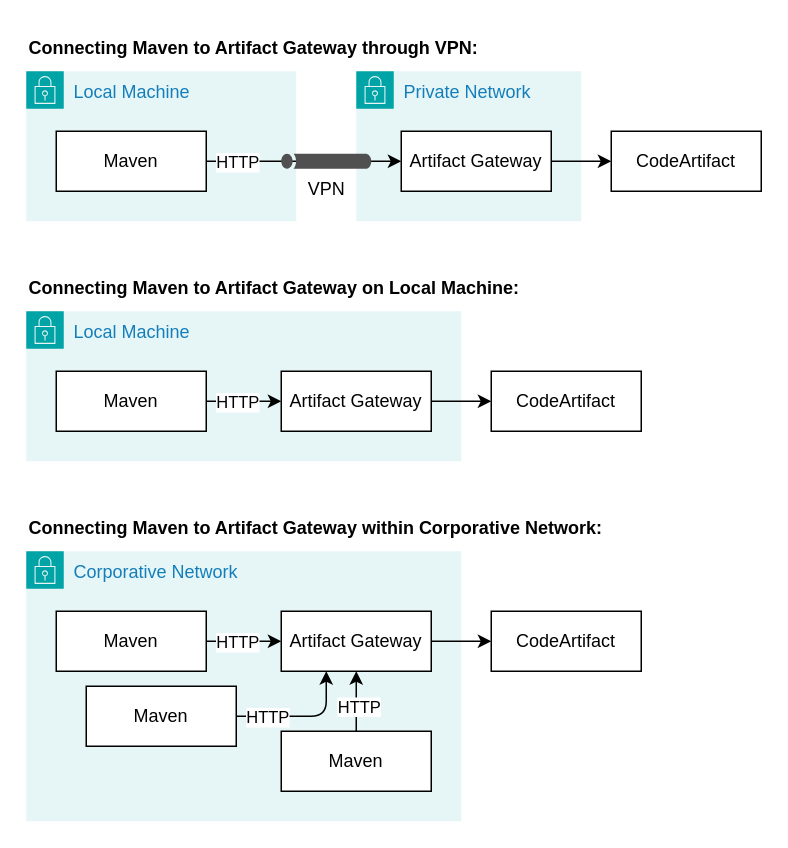
Earlier version of the draw.io diagram .doc/artifact-mirror-network.drawio (serhii-yatskovskyi/artifact-mirror). Source tidied: cells renumbered, new cells numbered last; positions are measured from the earlier drawing's top-left corner, leaving out a move shared by most shapes. Both pictures are drawn from the tidied source at 150%, with x=0, y=0 at pixel (26, 26).
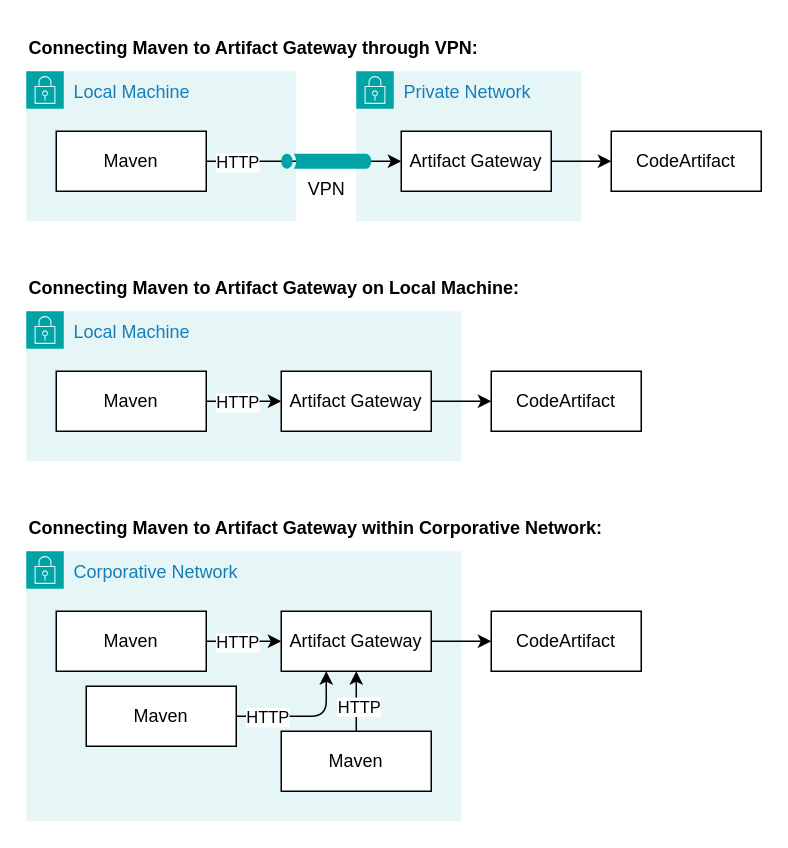
Above is the later version.

The edit, as a diff of the source:
```diff
@@
-    <mxCell id="7" value="VPN" style="sketch=0;shadow=0;dashed=0;html=1;strokeColor=none;fillColor=#505050;labelPosition=center;verticalLabelPosition=bottom;verticalAlign=top;align=center;shape=mxgraph.office.servers.tunnel_straight;" parent="1" vertex="1">
+    <mxCell id="7" value="VPN" style="sketch=0;shadow=0;dashed=0;html=1;strokeColor=none;fillColor=#00a4a6;labelPosition=center;verticalLabelPosition=bottom;verticalAlign=top;align=center;shape=mxgraph.office.servers.tunnel_straight;" parent="1" vertex="1">
       <mxGeometry x="170" y="85" width="60" height="10" as="geometry" />
     </mxCell>
```
